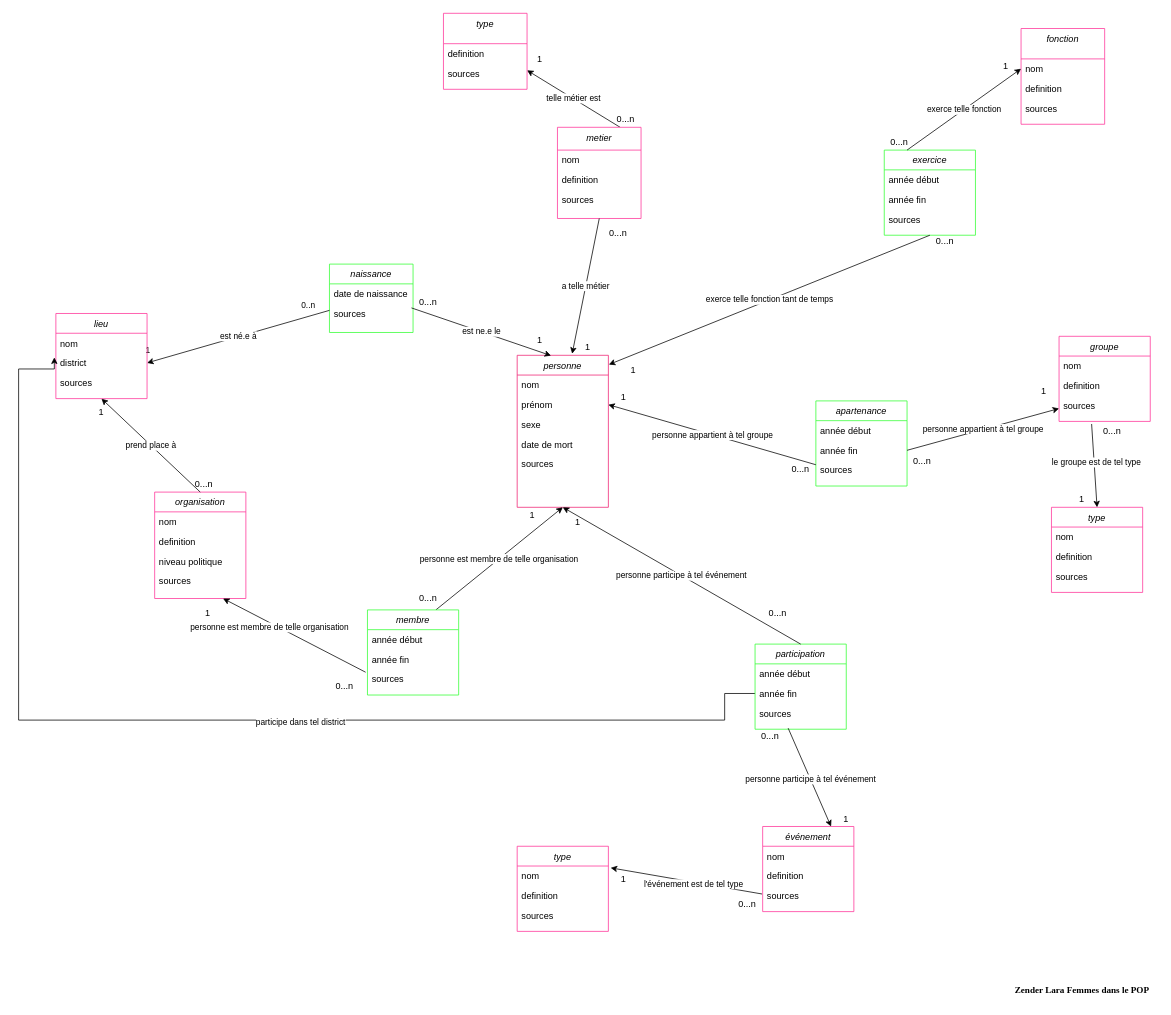
The draw.io diagram MCD_POP.drawio in Zenderl/memoire_POP, before the edit. Source tidied: cells renumbered, new cells numbered last; positions are measured from the earlier drawing's top-left corner, leaving out a move shared by most shapes. Both pictures are drawn from the tidied source at 76%, with x=0, y=0 at pixel (18, 13).
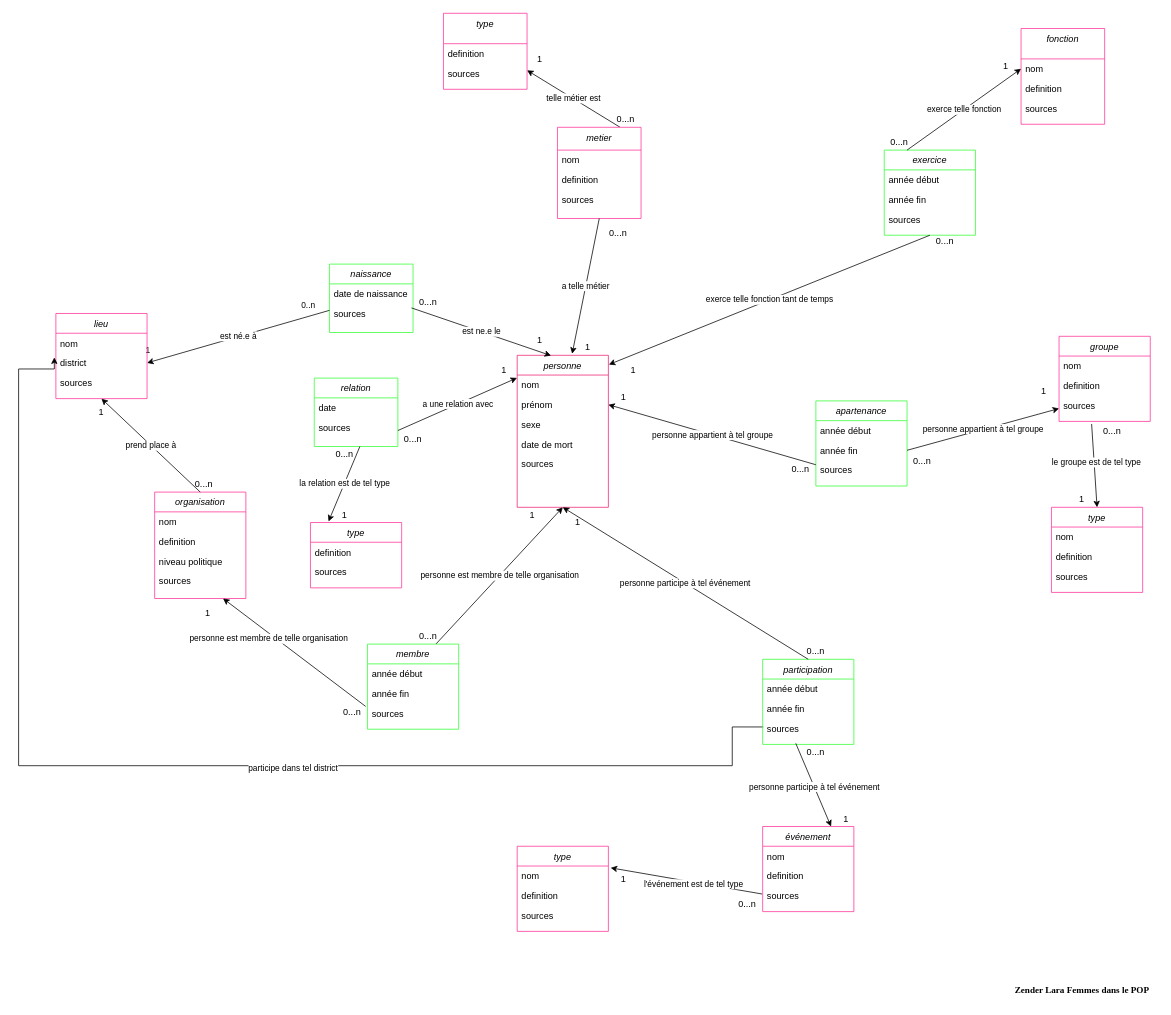
After the change.

Unchanged cells that the change refers to:
```xml
<mxCell id="3" value="nom" style="text;align=left;verticalAlign=top;spacingLeft=4;spacingRight=4;overflow=hidden;points=[[0,0.5],[1,0.5]];portConstraint=eastwest;" parent="2" vertex="1">
  <mxGeometry y="26" width="120" height="26" as="geometry" />
</mxCell>
<mxCell id="59" value="district" style="text;align=left;verticalAlign=top;spacingLeft=4;spacingRight=4;overflow=hidden;points=[[0,0.5],[1,0.5]];portConstraint=eastwest;rounded=0;shadow=0;html=0;" parent="57" vertex="1">
  <mxGeometry y="52" width="120" height="26" as="geometry" />
</mxCell>
<mxCell id="75" value="année fin" style="text;align=left;verticalAlign=top;spacingLeft=4;spacingRight=4;overflow=hidden;points=[[0,0.5],[1,0.5]];portConstraint=eastwest;rounded=0;shadow=0;html=0;" parent="72" vertex="1">
  <mxGeometry y="52" width="120" height="26" as="geometry" />
</mxCell>
<mxCell id="76" value="sources" style="text;align=left;verticalAlign=top;spacingLeft=4;spacingRight=4;overflow=hidden;points=[[0,0.5],[1,0.5]];portConstraint=eastwest;rounded=0;shadow=0;html=0;" parent="72" vertex="1">
  <mxGeometry y="78" width="120" height="34" as="geometry" />
</mxCell>
```

Diff of the diagram source:
```diff
@@
     <mxCell id="25" value="membre" style="swimlane;fontStyle=2;align=center;verticalAlign=top;horizontal=1;startSize=26;rounded=0;shadow=0;strokeWidth=1;strokeColor=#33FF33;" parent="1" vertex="1">
-      <mxGeometry x="459" y="785" width="120" height="112" as="geometry" />
+      <mxGeometry x="459" y="830" width="120" height="112" as="geometry" />
     </mxCell>
@@
     <mxCell id="36" value="0...n" style="text;strokeColor=none;align=center;fillColor=none;html=1;verticalAlign=middle;whiteSpace=wrap;rounded=0;" parent="1" vertex="1">
-      <mxGeometry x="979" y="780" width="40" height="20" as="geometry" />
+      <mxGeometry x="1029" y="830" width="40" height="20" as="geometry" />
     </mxCell>
@@
     <mxCell id="55" value="0...n" style="text;strokeColor=none;align=center;fillColor=none;html=1;verticalAlign=middle;whiteSpace=wrap;rounded=0;fontStyle=0;" parent="1" vertex="1">
-      <mxGeometry x="409" y="875" width="40" height="20" as="geometry" />
+      <mxGeometry x="419" y="910" width="40" height="20" as="geometry" />
     </mxCell>
@@
     <mxCell id="62" value="0...n" style="text;strokeColor=none;align=center;fillColor=none;html=1;verticalAlign=middle;whiteSpace=wrap;rounded=0;" parent="1" vertex="1">
-      <mxGeometry x="519" y="760" width="40" height="20" as="geometry" />
+      <mxGeometry x="519" y="810" width="40" height="20" as="geometry" />
     </mxCell>
@@
     <mxCell id="68" value="0...n" style="text;strokeColor=none;align=center;fillColor=none;html=1;verticalAlign=middle;whiteSpace=wrap;rounded=0;" parent="1" vertex="1">
-      <mxGeometry x="969" y="942" width="40" height="20" as="geometry" />
+      <mxGeometry x="1029" y="962" width="40" height="20" as="geometry" />
     </mxCell>
@@
-    <mxCell id="70" style="edgeStyle=orthogonalEdgeStyle;rounded=0;jettySize=auto;html=1;exitX=0;exitY=0.5;exitDx=0;exitDy=0;entryX=-0.017;entryY=0.223;entryDx=0;entryDy=0;entryPerimeter=0;" parent="1" edge="1" source="75" target="59">
+    <mxCell id="70" style="edgeStyle=orthogonalEdgeStyle;rounded=0;jettySize=auto;html=1;exitX=0.007;exitY=0.324;exitDx=0;exitDy=0;entryX=-0.017;entryY=0.223;entryDx=0;entryDy=0;entryPerimeter=0;exitPerimeter=0;" parent="1" edge="1" source="76" target="59">
       <mxGeometry relative="1" as="geometry">
         <Array as="points">
-          <mxPoint x="929" y="895" />
-          <mxPoint x="929" y="930" />
-          <mxPoint y="930" />
+          <mxPoint x="939" y="939" />
+          <mxPoint x="939" y="990" />
+          <mxPoint y="990" />
           <mxPoint y="468" />
+          <mxPoint x="47" y="468" />
         </Array>
       </mxGeometry>
     </mxCell>
@@
     <mxCell id="72" value="participation" style="swimlane;fontStyle=2;align=center;verticalAlign=top;horizontal=1;startSize=26;rounded=0;shadow=0;strokeWidth=1;strokeColor=#33FF33;" parent="1" vertex="1">
-      <mxGeometry x="969" y="830" width="120" height="112" as="geometry" />
+      <mxGeometry x="979" y="850" width="120" height="112" as="geometry" />
     </mxCell>
@@
+    <mxCell id="126" value="relation" style="swimlane;fontStyle=2;align=center;verticalAlign=top;horizontal=1;startSize=26;rounded=0;shadow=0;strokeWidth=1;strokeColor=#33FF33;" parent="1" vertex="1">
+      <mxGeometry x="389" y="480" width="110" height="90" as="geometry" />
+    </mxCell>
+    <mxCell id="127" value="date" style="text;align=left;verticalAlign=top;spacingLeft=4;spacingRight=4;overflow=hidden;" parent="126" vertex="1">
+      <mxGeometry y="26" width="110" height="26" as="geometry" />
+    </mxCell>
+    <mxCell id="128" style="edgeStyle=elbowEdgeStyle;rounded=0;orthogonalLoop=1;jettySize=auto;elbow=vertical;html=1;exitX=0;exitY=0.5;exitDx=0;exitDy=0;" parent="126" edge="1">
+      <mxGeometry relative="1" as="geometry">
+        <mxPoint y="65" as="sourcePoint" />
+        <mxPoint y="65" as="targetPoint" />
+      </mxGeometry>
+    </mxCell>
+    <mxCell id="129" value="sources" style="text;align=left;verticalAlign=top;spacingLeft=4;spacingRight=4;overflow=hidden;points=[[0,0.5],[1,0.5]];portConstraint=eastwest;rounded=0;shadow=0;html=0;" parent="126" vertex="1">
+      <mxGeometry y="52" width="110" height="34" as="geometry" />
+    </mxCell>
+    <mxCell id="130" value="a une relation avec" style="edgeStyle=none;html=1;exitX=1;exitY=0.5;exitDx=0;exitDy=0;entryX=-0.002;entryY=0.146;entryDx=0;entryDy=0;entryPerimeter=0;" parent="1" edge="1" source="129" target="3">
+      <mxGeometry relative="1" as="geometry" />
+    </mxCell>
+    <mxCell id="131" value="type" style="swimlane;fontStyle=2;align=center;verticalAlign=top;horizontal=1;startSize=26;rounded=0;shadow=0;strokeWidth=1;strokeColor=#FF3399;" parent="1" vertex="1">
+      <mxGeometry x="384" y="670" width="120" height="86" as="geometry" />
+    </mxCell>
+    <mxCell id="132" style="edgeStyle=elbowEdgeStyle;rounded=0;orthogonalLoop=1;jettySize=auto;elbow=vertical;html=1;exitX=0;exitY=0.5;exitDx=0;exitDy=0;" parent="131" edge="1">
+      <mxGeometry relative="1" as="geometry">
+        <mxPoint y="91" as="sourcePoint" />
+        <mxPoint y="91" as="targetPoint" />
+      </mxGeometry>
+    </mxCell>
+    <mxCell id="133" value="definition" style="text;align=left;verticalAlign=top;spacingLeft=4;spacingRight=4;overflow=hidden;rounded=0;shadow=0;html=0;" parent="131" vertex="1">
+      <mxGeometry y="26" width="120" height="26" as="geometry" />
+    </mxCell>
+    <mxCell id="134" value="sources" style="text;align=left;verticalAlign=top;spacingLeft=4;spacingRight=4;overflow=hidden;rounded=0;shadow=0;html=0;" parent="131" vertex="1">
+      <mxGeometry y="52" width="120" height="34" as="geometry" />
+    </mxCell>
+    <mxCell id="135" value="0...n" style="text;strokeColor=none;align=center;fillColor=none;html=1;verticalAlign=middle;whiteSpace=wrap;rounded=0;" parent="1" vertex="1">
+      <mxGeometry x="499" y="550" width="40" height="20" as="geometry" />
+    </mxCell>
+    <mxCell id="136" value="0...n" style="text;strokeColor=none;align=center;fillColor=none;html=1;verticalAlign=middle;whiteSpace=wrap;rounded=0;" parent="1" vertex="1">
+      <mxGeometry x="409" y="570" width="40" height="20" as="geometry" />
+    </mxCell>
+    <mxCell id="137" value="1" style="text;strokeColor=none;align=center;fillColor=none;html=1;verticalAlign=middle;whiteSpace=wrap;rounded=0;" parent="1" vertex="1">
+      <mxGeometry x="629" y="460" width="20" height="20" as="geometry" />
+    </mxCell>
+    <mxCell id="138" value="la relation est de tel type" style="edgeStyle=none;html=1;exitX=0;exitY=0;exitDx=0;exitDy=0;entryX=0.198;entryY=-0.016;entryDx=0;entryDy=0;entryPerimeter=0;" parent="1" edge="1" target="131">
+      <mxGeometry relative="1" as="geometry">
+        <mxPoint x="449" y="570" as="sourcePoint" />
+      </mxGeometry>
+    </mxCell>
+    <mxCell id="139" value="1" style="text;strokeColor=none;align=center;fillColor=none;html=1;verticalAlign=middle;whiteSpace=wrap;rounded=0;" parent="1" vertex="1">
+      <mxGeometry x="419" y="650" width="20" height="20" as="geometry" />
+    </mxCell>
```
